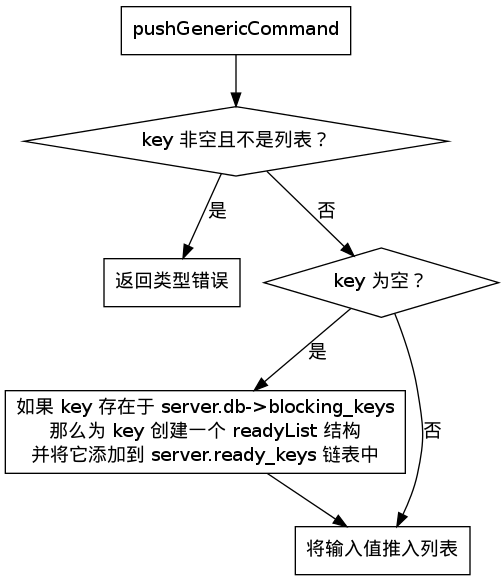
Before: datatype/image/push_generic_command.png, a diagram exported from Graphviz (huangzworks/redisbook). Its source is kept beside it as datatype/image/push_generic_command.dot. Its diagram source:
```dot
digraph push_generic_command {

    node [shape = record];

    /*
    lpush [label = "LPUSH key value [value ...]"];
    rpush [label = "RPUSH key value [value ...]"];
    linsert [label = "LINSERT key BEFORE\|AFTER pivot value"];
    */

    pushGenericCommand [label = "pushGenericCommand"];

    key_wrong_type_or_not [label = "key 非空且不是列表？", shape = diamond];

    return_wrong_type_error [label = "返回类型错误"];

    key_empty_or_not [label = "key 为空？", shape = diamond];


    add_key_to_ready_list_if_need [label = "如果 key 存在于 server.db-\>blocking_keys\n那么为 key 创建一个 readyList 结构\n并将它添加到 server.ready_keys 链表中"];

    push_value_to_list [label = "将输入值推入列表"];

    /*
    lpush -> pushGenericCommand;
    rpush -> pushGenericCommand;
    linsert -> pushGenericCommand;
    */

    pushGenericCommand -> key_wrong_type_or_not;

    key_wrong_type_or_not -> return_wrong_type_error [label = "是"];

    key_wrong_type_or_not -> key_empty_or_not [label = "否"];



    key_empty_or_not -> add_key_to_ready_list_if_need [label = "是"];

    key_empty_or_not -> push_value_to_list [label = "否"];
    add_key_to_ready_list_if_need -> push_value_to_list;
}
```
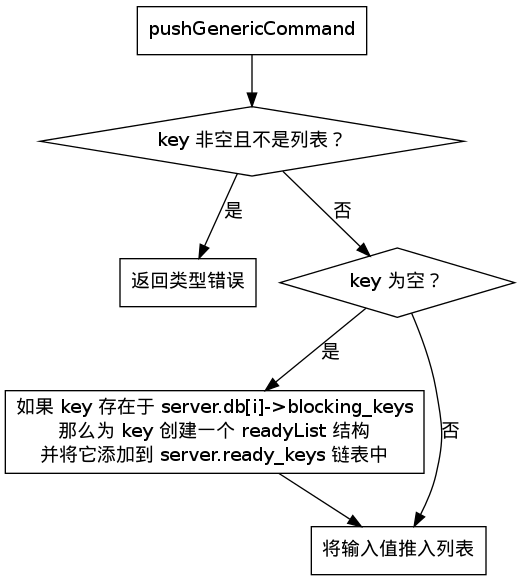
The same diagram one commit later.

Diff of the diagram source:
```diff
@@ -17,7 +17,7 @@
     key_empty_or_not [label = "key 为空？", shape = diamond];
 
 
-    add_key_to_ready_list_if_need [label = "如果 key 存在于 server.db-\>blocking_keys\n那么为 key 创建一个 readyList 结构\n并将它添加到 server.ready_keys 链表中"];
+    add_key_to_ready_list_if_need [label = "如果 key 存在于 server.db[i]-\>blocking_keys\n那么为 key 创建一个 readyList 结构\n并将它添加到 server.ready_keys 链表中"];
 
     push_value_to_list [label = "将输入值推入列表"];
 
```
